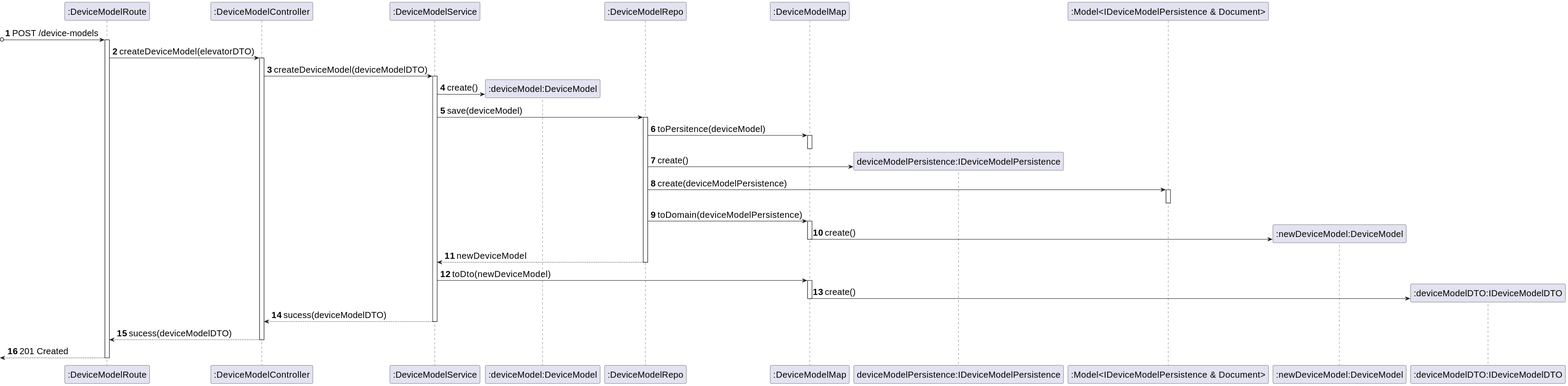
The PlantUML diagram _wiki/sprint-a/us18-350/views/level-3/assets/process-view.svg in miseEnPlace-dev/lapr5, before a commit. The source it was exported from:
```plantuml
@startuml
skinparamlocked defaultFontSize 20
autonumber
participant ROUTE as ":DeviceModelRoute"
participant CTRL as ":DeviceModelController"
participant SRV as ":DeviceModelService"
participant BUILD as ":deviceModel:DeviceModel"
participant REPO as ":DeviceModelRepo"
participant MAP as ":DeviceModelMap"
participant PERS as "deviceModelPersistence:IDeviceModelPersistence"
participant MODEL as ":Model<IDeviceModelPersistence & Document>"
participant NBUILD as ":newDeviceModel:DeviceModel"
participant DTO as ":deviceModelDTO:IDeviceModelDTO"

?o-> ROUTE : POST /device-models
activate ROUTE

ROUTE -> CTRL : createDeviceModel(elevatorDTO)
activate CTRL
CTRL -> SRV : createDeviceModel(deviceModelDTO)
activate SRV
SRV -> BUILD** : create()
SRV -> REPO : save(deviceModel)
activate REPO
REPO -> MAP : toPersitence(deviceModel)
activate MAP
deactivate MAP
REPO -> PERS** : create()
REPO -> MODEL : create(deviceModelPersistence)
activate MODEL
deactivate MODEL
REPO -> MAP : toDomain(deviceModelPersistence)
activate MAP
MAP -> NBUILD** : create()
deactivate MAP
REPO --> SRV : newDeviceModel
deactivate REPO
SRV -> MAP : toDto(newDeviceModel)
activate MAP
MAP -> DTO** : create()
deactivate MAP
SRV --> CTRL : sucess(deviceModelDTO)
deactivate SRV
CTRL --> ROUTE : sucess(deviceModelDTO)
deactivate CTRL
<-- ROUTE : 201 Created
deactivate ROUTE
@enduml
```
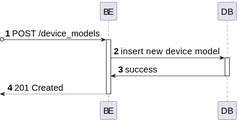
After the change.

Change to the diagram source:
```diff
@@ -1,48 +1,18 @@
 @startuml
 skinparamlocked defaultFontSize 20
 autonumber
-participant ROUTE as ":DeviceModelRoute"
-participant CTRL as ":DeviceModelController"
-participant SRV as ":DeviceModelService"
-participant BUILD as ":deviceModel:DeviceModel"
-participant REPO as ":DeviceModelRepo"
-participant MAP as ":DeviceModelMap"
-participant PERS as "deviceModelPersistence:IDeviceModelPersistence"
-participant MODEL as ":Model<IDeviceModelPersistence & Document>"
-participant NBUILD as ":newDeviceModel:DeviceModel"
-participant DTO as ":deviceModelDTO:IDeviceModelDTO"
+participant BE as "BE"
+participant DB as "DB"
 
-?o-> ROUTE : POST /device-models
-activate ROUTE
+?o-> BE : POST /device_models
+activate BE
 
-ROUTE -> CTRL : createDeviceModel(elevatorDTO)
-activate CTRL
-CTRL -> SRV : createDeviceModel(deviceModelDTO)
-activate SRV
-SRV -> BUILD** : create()
-SRV -> REPO : save(deviceModel)
-activate REPO
-REPO -> MAP : toPersitence(deviceModel)
-activate MAP
-deactivate MAP
-REPO -> PERS** : create()
-REPO -> MODEL : create(deviceModelPersistence)
-activate MODEL
-deactivate MODEL
-REPO -> MAP : toDomain(deviceModelPersistence)
-activate MAP
-MAP -> NBUILD** : create()
-deactivate MAP
-REPO --> SRV : newDeviceModel
-deactivate REPO
-SRV -> MAP : toDto(newDeviceModel)
-activate MAP
-MAP -> DTO** : create()
-deactivate MAP
-SRV --> CTRL : sucess(deviceModelDTO)
-deactivate SRV
-CTRL --> ROUTE : sucess(deviceModelDTO)
-deactivate CTRL
-<-- ROUTE : 201 Created
-deactivate ROUTE
+BE -> DB : insert new device model
+activate DB
+
+DB -> BE : success
+deactivate DB
+
+<-- BE : 201 Created
+deactivate BE
 @enduml
```
